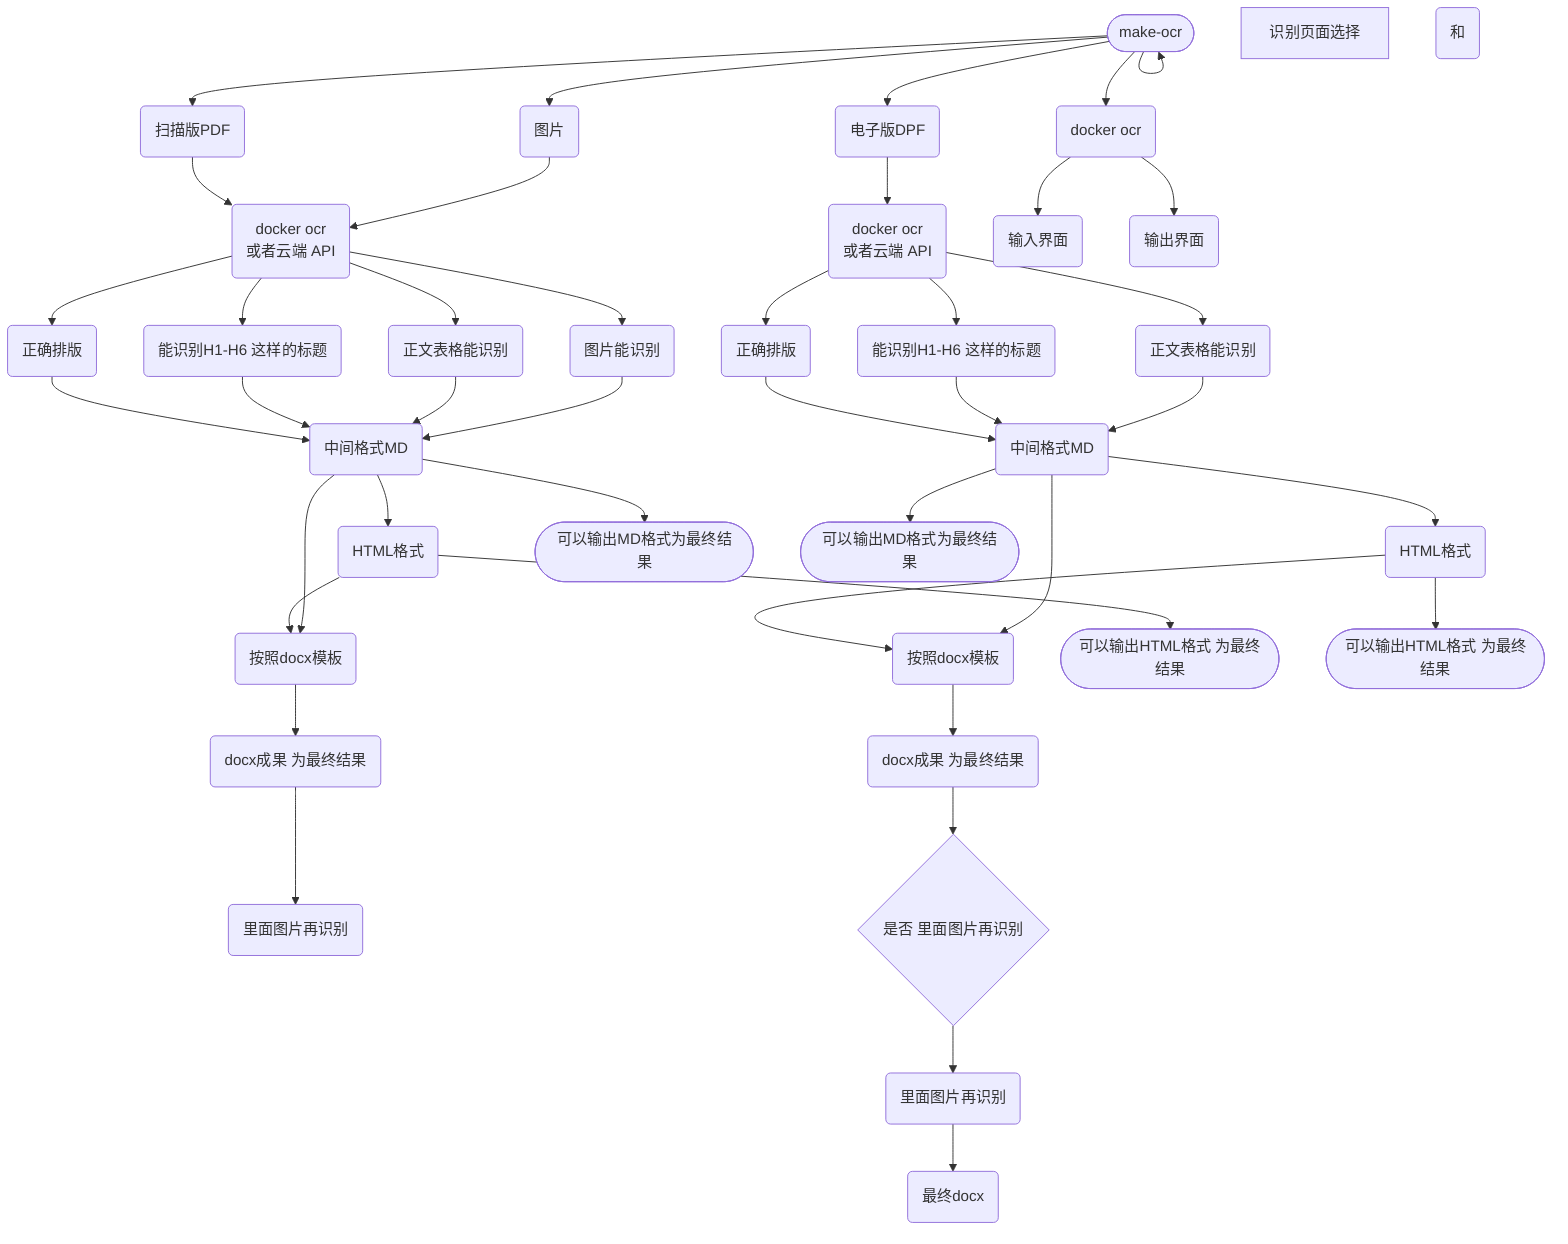
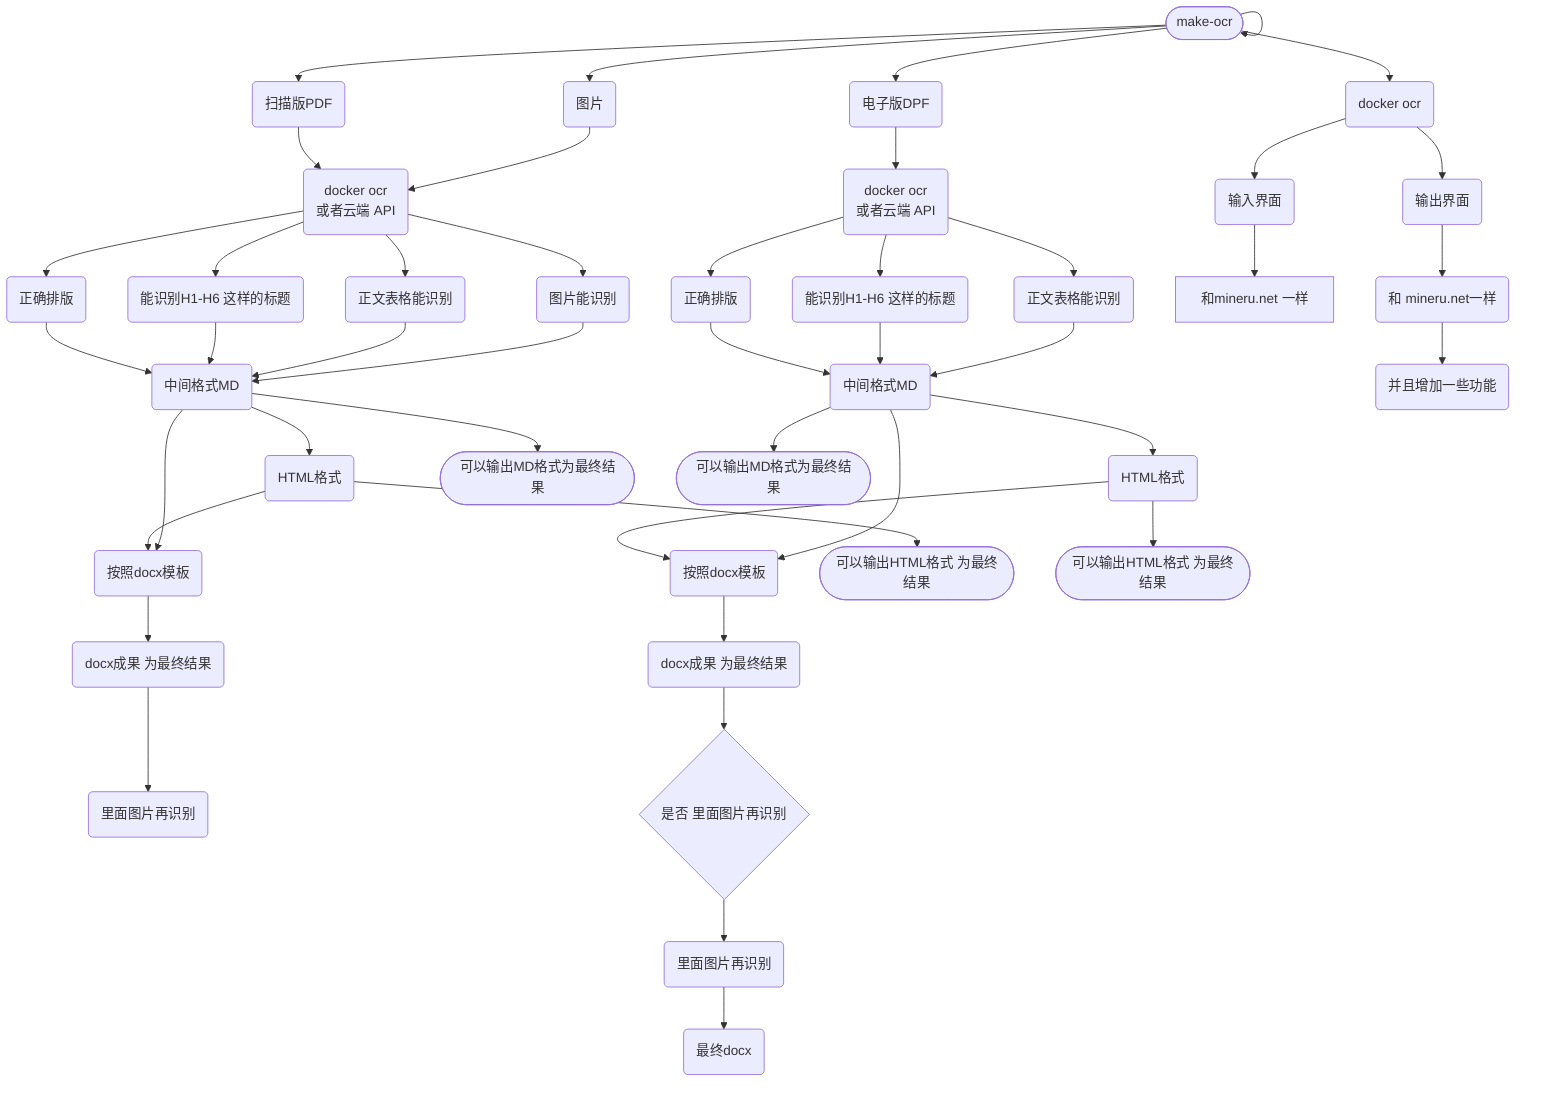
flowchart TD
  n_0(["make-ocr"])
  n_1("扫描版PDF")
  n_2("电子版DPF")
  n_3("docker ocr<br/>或者云端 API")
  n_4("图片")
  n_5("能识别H1-H6 这样的标题")
  n_6("正文表格能识别")
  n_7("图片能识别")
  n_8("按照docx模板")
  n_9("里面图片再识别")
  n_10("docx成果 为最终结果")
  n_11("中间格式MD")
  n_12("HTML格式")
  n_13("docker ocr<br/>或者云端 API")
  n_14("能识别H1-H6 这样的标题")
  n_15("正文表格能识别")
  n_16("按照docx模板")
  n_17("docx成果 为最终结果")
  n_18("中间格式MD")
  n_19("HTML格式")
  n_20("最终docx")
  n_21("里面图片再识别")
  n_22{"是否 里面图片再识别"}
  n_23("正确排版")
  n_24("正确排版")
  n_25(["可以输出MD格式为最终结果"])
  n_26(["可以输出MD格式为最终结果"])
  n_27(["可以输出HTML格式 为最终结果"])
  n_28(["可以输出HTML格式 为最终结果"])
  n_29("docker ocr")
  n_30("输入界面")
  n_31("输出界面")
-   n_32["识别页面选择<br/>"]
-   n_33("和")
+   n_32["和mineru.net 一样"]
+   n_33("和 mineru.net一样")
+   n_34("并且增加一些功能")
  n_0 --> n_0
  n_0 --> n_1
  n_0 --> n_2
  n_0 --> n_4
  n_11 --> n_8
  n_11 --> n_12
  n_12 --> n_8
  n_8 --> n_10
  n_10 --> n_9
  n_18 --> n_16
  n_18 --> n_19
  n_19 --> n_16
  n_16 --> n_17
  n_4 --> n_3
  n_1 --> n_3
  n_2 --> n_13
  n_13 --> n_14
  n_13 --> n_15
  n_15 --> n_18
  n_14 --> n_18
  n_7 --> n_11
  n_6 --> n_11
  n_5 --> n_11
  n_3 --> n_6
  n_21 --> n_20
  n_17 --> n_22
  n_22 --> n_21
  n_3 --> n_5
  n_3 --> n_7
  n_3 --> n_23
  n_23 --> n_11
  n_13 --> n_24
  n_24 --> n_18
  n_11 --> n_25
  n_18 --> n_26
  n_12 --> n_27
  n_19 --> n_28
  n_0 --> n_29
  n_29 --> n_30
  n_29 --> n_31
+   n_30 --> n_32
+   n_31 --> n_33
+   n_33 --> n_34
